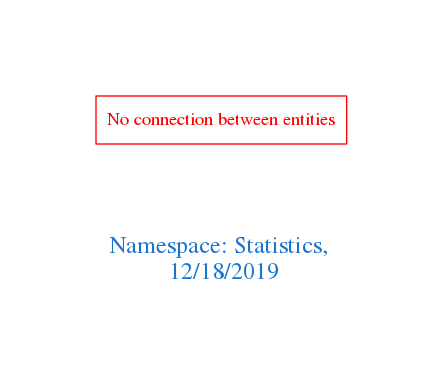
This is downloads/Statistics.png from arago/OGIT, a Graphviz export, as it was before one commit. Its source is kept beside it as downloads/Statistics.dot.
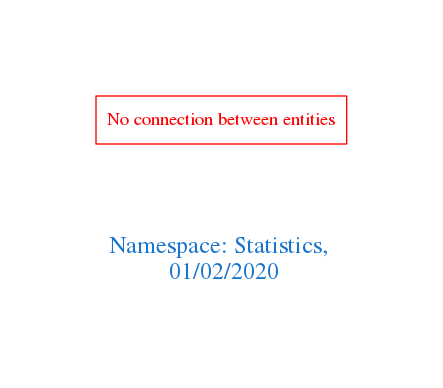
After the commit.

Diff of the diagram source:
```diff
@@ -1,7 +1,7 @@
 digraph OGIT_ontology {
  graph [ rankdir= LR,pad=1
 fontsize = 18,
-fontcolor= dodgerblue3,label = "\n\n\nNamespace: Statistics, \n 12/18/2019"];
+fontcolor= dodgerblue3,label = "\n\n\nNamespace: Statistics, \n 01/02/2020"];
 node[shape=polygon];
 edge [  color="gray81"];
 
```
